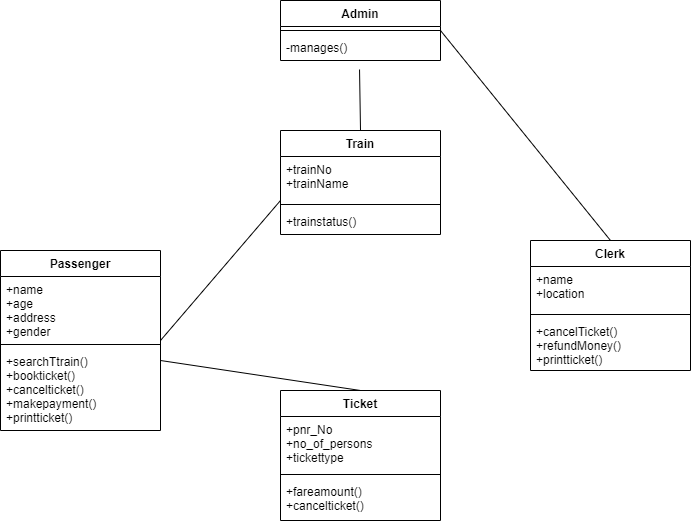
Before: java-basics/03-12-2021/Railway Reservation System/Class Diagram.drawio.png, a diagram exported from draw.io (MuniswamiKokila/UST-prograd-training). Source tidied: cells renumbered, new cells last; positions are measured from the earlier drawing's top-left corner, leaving out a move shared by most shapes.
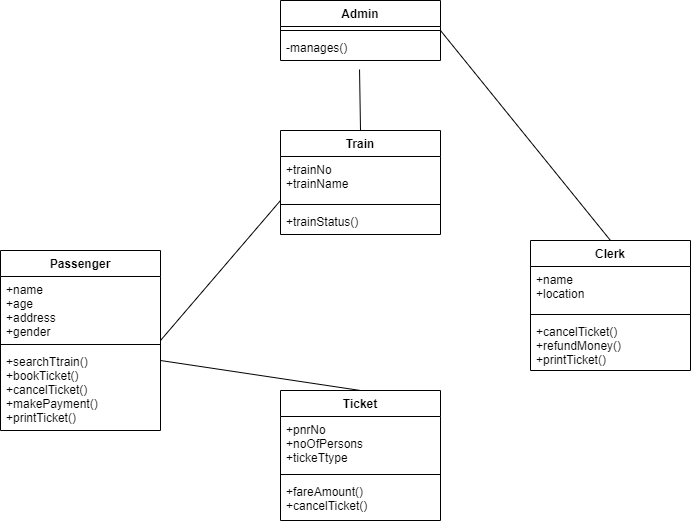
The same file after the commit.

What changed in the source:
```diff
@@ -11,7 +11,7 @@
     <mxCell id="4" style="line;strokeWidth=1;fillColor=none;align=left;verticalAlign=middle;spacingTop=-1;spacingLeft=3;spacingRight=3;labelPosition=right;" parent="2" vertex="1">
       <mxGeometry y="70" width="160" height="8" as="geometry" />
     </mxCell>
-    <mxCell id="5" value="+cancelTicket()&#10;+refundMoney()&#10;+printticket()" style="text;strokeColor=none;fillColor=none;align=left;verticalAlign=top;spacingLeft=4;spacingRight=4;overflow=hidden;" parent="2" vertex="1">
+    <mxCell id="5" value="+cancelTicket()&#10;+refundMoney()&#10;+printTicket()" style="text;strokeColor=none;fillColor=none;align=left;verticalAlign=top;spacingLeft=4;spacingRight=4;overflow=hidden;" parent="2" vertex="1">
       <mxGeometry y="78" width="160" height="52" as="geometry" />
     </mxCell>
     <mxCell id="6" value="Admin" style="swimlane;fontStyle=1;align=center;verticalAlign=top;horizontal=1;startSize=26;" parent="1" vertex="1">
@@ -32,7 +32,7 @@
     <mxCell id="11" style="line;strokeWidth=1;fillColor=none;align=left;verticalAlign=middle;spacingTop=-1;spacingLeft=3;spacingRight=3;labelPosition=right;" parent="9" vertex="1">
       <mxGeometry y="90" width="160" height="8" as="geometry" />
     </mxCell>
-    <mxCell id="12" value="+searchTtrain()&#10;+bookticket()&#10;+cancelticket()&#10;+makepayment()&#10;+printticket()" style="text;strokeColor=none;fillColor=none;align=left;verticalAlign=top;spacingLeft=4;spacingRight=4;overflow=hidden;" parent="9" vertex="1">
+    <mxCell id="12" value="+searchTtrain()&#10;+bookTicket()&#10;+cancelTicket()&#10;+makePayment()&#10;+printTicket()" style="text;strokeColor=none;fillColor=none;align=left;verticalAlign=top;spacingLeft=4;spacingRight=4;overflow=hidden;" parent="9" vertex="1">
       <mxGeometry y="98" width="160" height="82" as="geometry" />
     </mxCell>
     <mxCell id="13" value="Train" style="swimlane;fontStyle=1;align=center;verticalAlign=top;horizontal=1;startSize=26;" parent="1" vertex="1">
@@ -44,19 +44,19 @@
     <mxCell id="15" style="line;strokeWidth=1;fillColor=none;align=left;verticalAlign=middle;spacingTop=-1;spacingLeft=3;spacingRight=3;labelPosition=right;" parent="13" vertex="1">
       <mxGeometry y="70" width="160" height="8" as="geometry" />
     </mxCell>
-    <mxCell id="16" value="+trainstatus()" style="text;strokeColor=none;fillColor=none;align=left;verticalAlign=top;spacingLeft=4;spacingRight=4;overflow=hidden;" parent="13" vertex="1">
+    <mxCell id="16" value="+trainStatus()" style="text;strokeColor=none;fillColor=none;align=left;verticalAlign=top;spacingLeft=4;spacingRight=4;overflow=hidden;" parent="13" vertex="1">
       <mxGeometry y="78" width="160" height="26" as="geometry" />
     </mxCell>
     <mxCell id="17" value="Ticket" style="swimlane;fontStyle=1;align=center;verticalAlign=top;horizontal=1;startSize=26;" parent="1" vertex="1">
       <mxGeometry x="280" y="390" width="160" height="130" as="geometry" />
     </mxCell>
-    <mxCell id="18" value="+pnr_No&#10;+no_of_persons&#10;+tickettype&#10;" style="text;strokeColor=none;fillColor=none;align=left;verticalAlign=top;spacingLeft=4;spacingRight=4;overflow=hidden;" parent="17" vertex="1">
+    <mxCell id="18" value="+pnrNo&#10;+noOfPersons&#10;+tickeTtype&#10;" style="text;strokeColor=none;fillColor=none;align=left;verticalAlign=top;spacingLeft=4;spacingRight=4;overflow=hidden;" parent="17" vertex="1">
       <mxGeometry y="26" width="160" height="54" as="geometry" />
     </mxCell>
     <mxCell id="19" style="line;strokeWidth=1;fillColor=none;align=left;verticalAlign=middle;spacingTop=-1;spacingLeft=3;spacingRight=3;labelPosition=right;" parent="17" vertex="1">
       <mxGeometry y="80" width="160" height="8" as="geometry" />
     </mxCell>
-    <mxCell id="20" value="+fareamount()&#10;+cancelticket()" style="text;strokeColor=none;fillColor=none;align=left;verticalAlign=top;spacingLeft=4;spacingRight=4;overflow=hidden;" parent="17" vertex="1">
+    <mxCell id="20" value="+fareAmount()&#10;+cancelTicket()" style="text;strokeColor=none;fillColor=none;align=left;verticalAlign=top;spacingLeft=4;spacingRight=4;overflow=hidden;" parent="17" vertex="1">
       <mxGeometry y="88" width="160" height="42" as="geometry" />
     </mxCell>
     <mxCell id="21" style="endArrow=none;html=1;rounded=0;" parent="1" edge="1">
```
